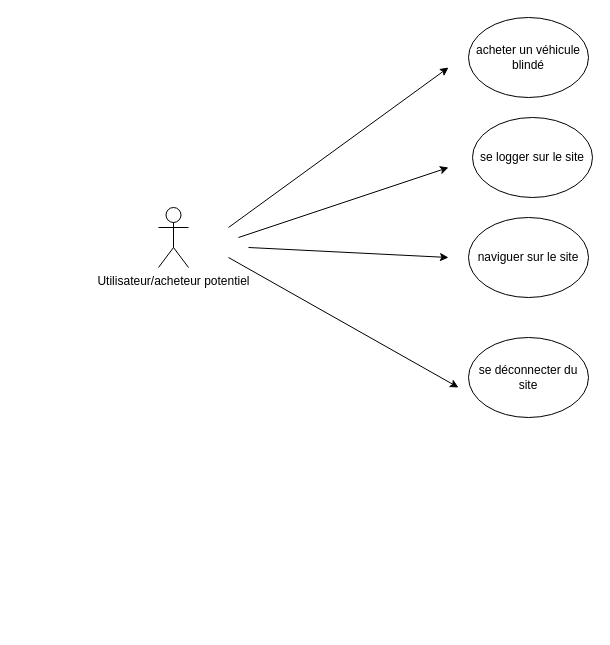
Earlier version of the draw.io diagram documentation/UseCases.drawio (Sylvain-Lechaire/projetWeb). Source tidied: cells renumbered, new cells numbered last; positions are measured from the earlier drawing's top-left corner, leaving out a move shared by most shapes. Both pictures are drawn from the tidied source at 100%, with x=0, y=0 at pixel (158, 17).
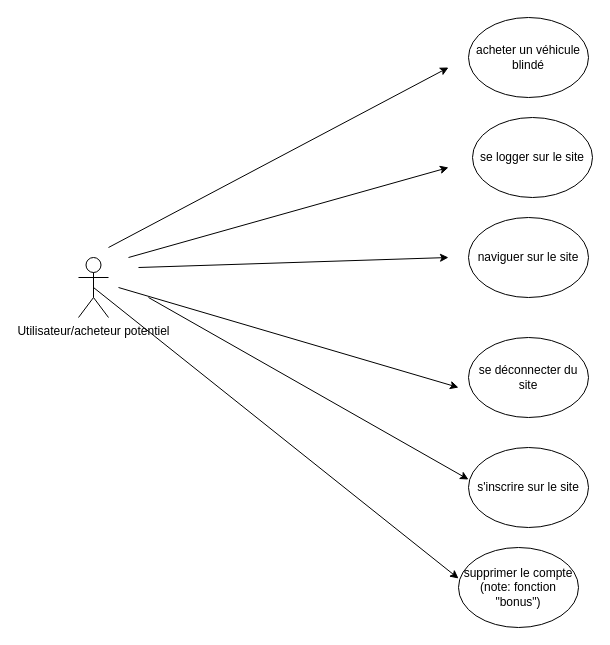
Above is the later version.

Commit message (it also covers changes not shown here):
added new useCases file for a whole redesign

Diff of the diagram source:
```diff
@@
     <mxCell id="2" value="Utilisateur/acheteur potentiel" style="shape=umlActor;verticalLabelPosition=bottom;labelBackgroundColor=#ffffff;verticalAlign=top;html=1;outlineConnect=0;" parent="1" vertex="1">
-      <mxGeometry y="190" width="30" height="60" as="geometry" />
+      <mxGeometry x="-80" y="240" width="30" height="60" as="geometry" />
     </mxCell>
     <mxCell id="3" style="endArrow=classic;html=1;" parent="1" edge="1">
       <mxGeometry relative="1" as="geometry">
-        <mxPoint x="80" y="220" as="sourcePoint" />
+        <mxPoint x="-30" y="240" as="sourcePoint" />
         <mxPoint x="290" y="150" as="targetPoint" />
       </mxGeometry>
     </mxCell>
@@
     <mxCell id="5" style="endArrow=classic;html=1;" parent="1" edge="1">
       <mxGeometry relative="1" as="geometry">
-        <mxPoint x="90" y="230" as="sourcePoint" />
+        <mxPoint x="-20" y="250" as="sourcePoint" />
         <mxPoint x="290" y="240" as="targetPoint" />
       </mxGeometry>
     </mxCell>
@@
     <mxCell id="9" style="endArrow=classic;html=1;" parent="1" edge="1">
       <mxGeometry relative="1" as="geometry">
-        <mxPoint x="70" y="210" as="sourcePoint" />
+        <mxPoint x="-50" y="230" as="sourcePoint" />
         <mxPoint x="290" y="50" as="targetPoint" />
       </mxGeometry>
     </mxCell>
     <mxCell id="10" style="endArrow=classic;html=1;" parent="1" edge="1">
       <mxGeometry relative="1" as="geometry">
-        <mxPoint x="70" y="240" as="sourcePoint" />
+        <mxPoint x="-40" y="270" as="sourcePoint" />
         <mxPoint x="300" y="370" as="targetPoint" />
       </mxGeometry>
     </mxCell>
+    <mxCell id="11" value="s'inscrire sur le site" style="ellipse;whiteSpace=wrap;html=1;" parent="1" vertex="1">
+      <mxGeometry x="310" y="430" width="120" height="80" as="geometry" />
+    </mxCell>
+    <mxCell id="12" style="endArrow=classic;html=1;entryX=0;entryY=0.4;entryDx=0;entryDy=0;entryPerimeter=0;" parent="1" edge="1" target="11">
+      <mxGeometry relative="1" as="geometry">
+        <mxPoint x="-10" y="280" as="sourcePoint" />
+      </mxGeometry>
+    </mxCell>
+    <mxCell id="13" value="supprimer le compte&lt;br&gt;(note: fonction &quot;bonus&quot;)" style="ellipse;whiteSpace=wrap;html=1;" parent="1" vertex="1">
+      <mxGeometry x="300" y="530" width="120" height="80" as="geometry" />
+    </mxCell>
+    <mxCell id="14" style="endArrow=classic;html=1;entryX=0;entryY=0.4;entryDx=0;entryDy=0;entryPerimeter=0;exitX=0.5;exitY=0.5;exitDx=0;exitDy=0;exitPerimeter=0;" parent="1" edge="1" source="2">
+      <mxGeometry relative="1" as="geometry">
+        <mxPoint x="300" y="561" as="targetPoint" />
+      </mxGeometry>
+    </mxCell>
```
